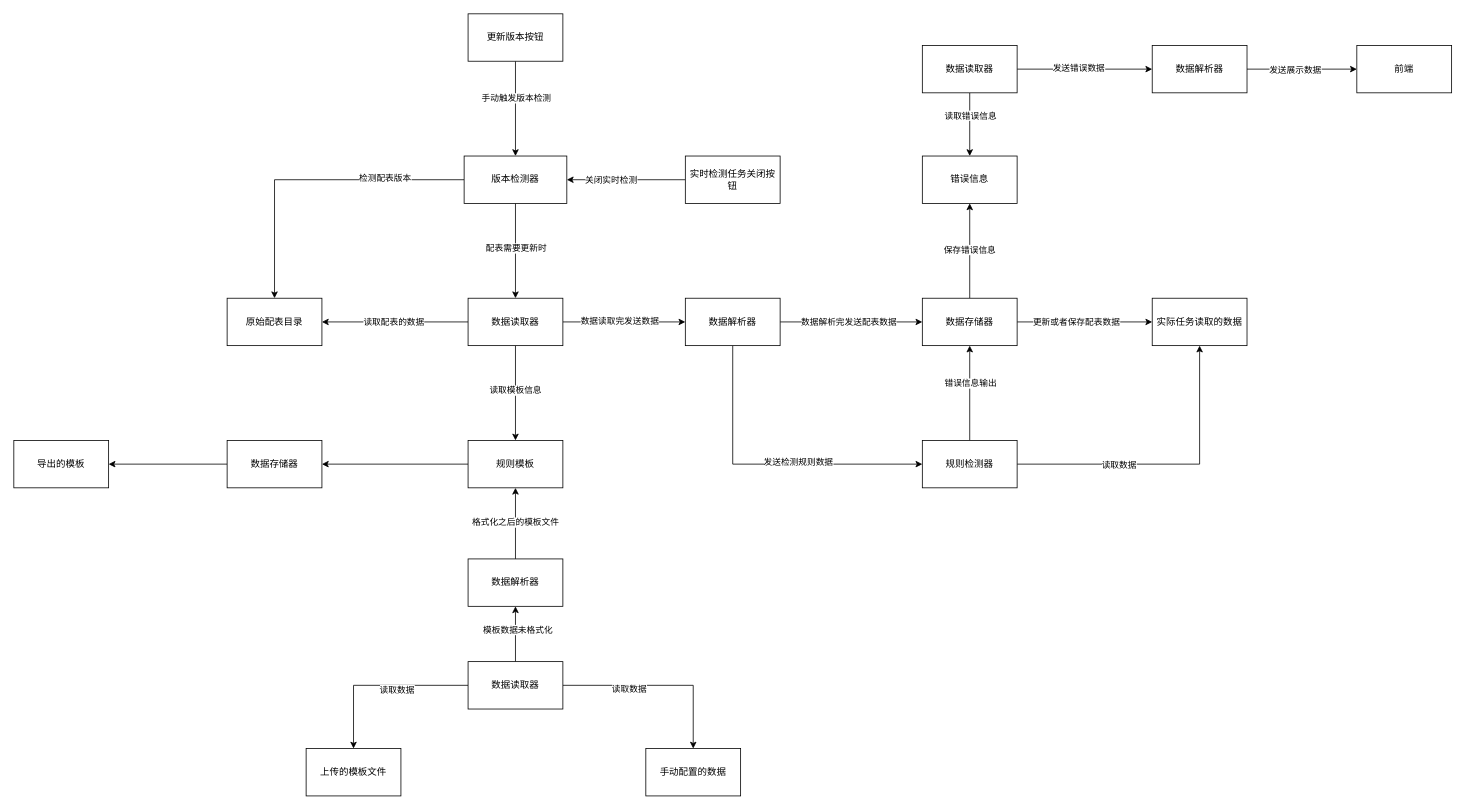
Above: 未命名绘图.drawio in lovezyz/draw (draw.io), before the change. Source tidied: cells renumbered, new cells numbered last; positions are measured from the earlier drawing's top-left corner, leaving out a move shared by most shapes. Both pictures are drawn from the tidied source at 79%, with x=0, y=0 at pixel (13, 13).
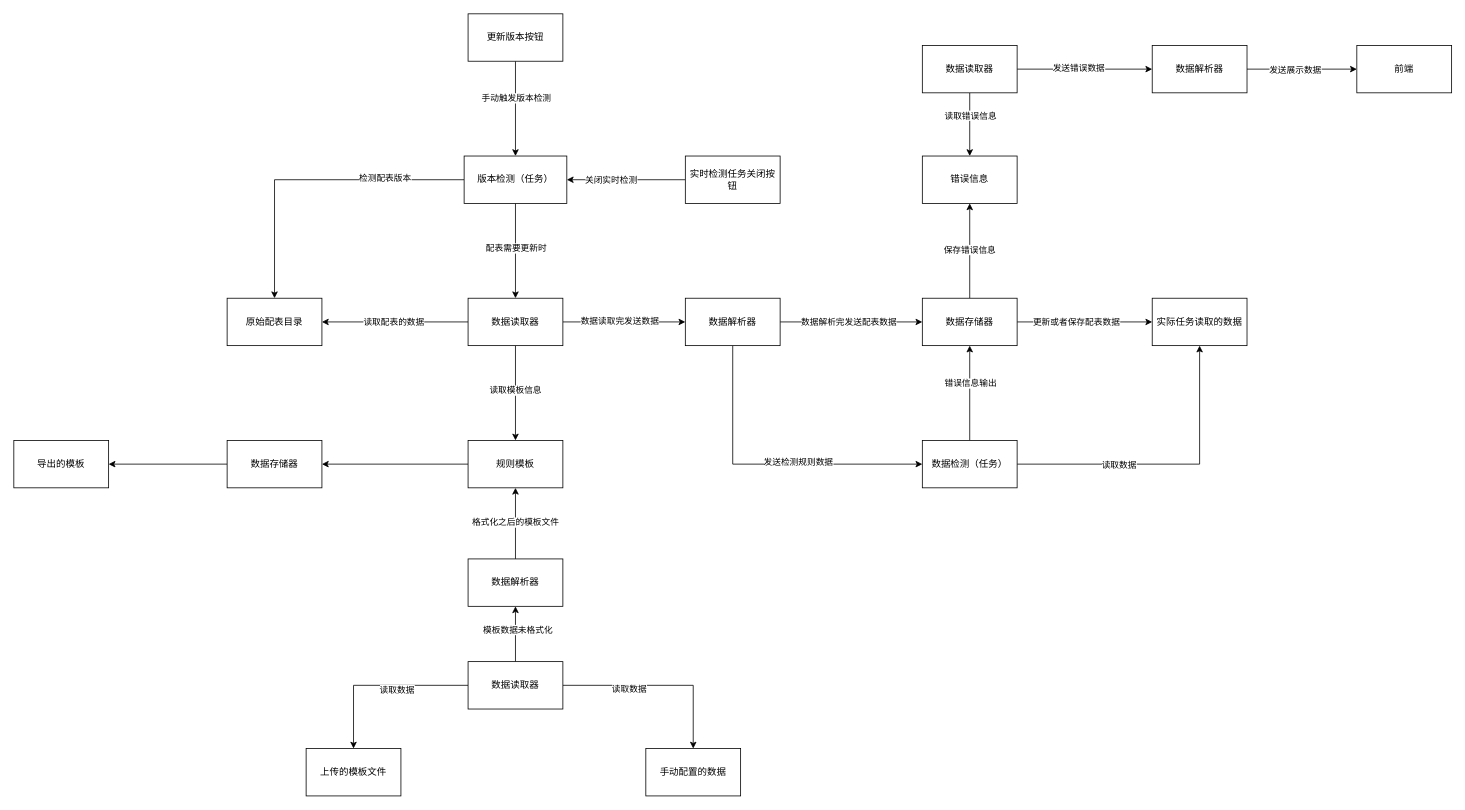
After the change.

Commit message:
更新未命名绘图.drawio

What changed in the source:
```diff
@@
-    <mxCell id="7" value="版本检测器" style="rounded=0;whiteSpace=wrap;html=1;" parent="1" vertex="1">
+    <mxCell id="7" value="版本检测（任务）" style="rounded=0;whiteSpace=wrap;html=1;" parent="1" vertex="1">
       <mxGeometry x="570" y="180" width="130" height="60" as="geometry" />
     </mxCell>
@@
-    <mxCell id="32" value="规则检测器" style="rounded=0;whiteSpace=wrap;html=1;" parent="1" vertex="1">
+    <mxCell id="32" value="数据检测（任务）" style="rounded=0;whiteSpace=wrap;html=1;" parent="1" vertex="1">
       <mxGeometry x="1150" y="540" width="120" height="60" as="geometry" />
     </mxCell>
```
